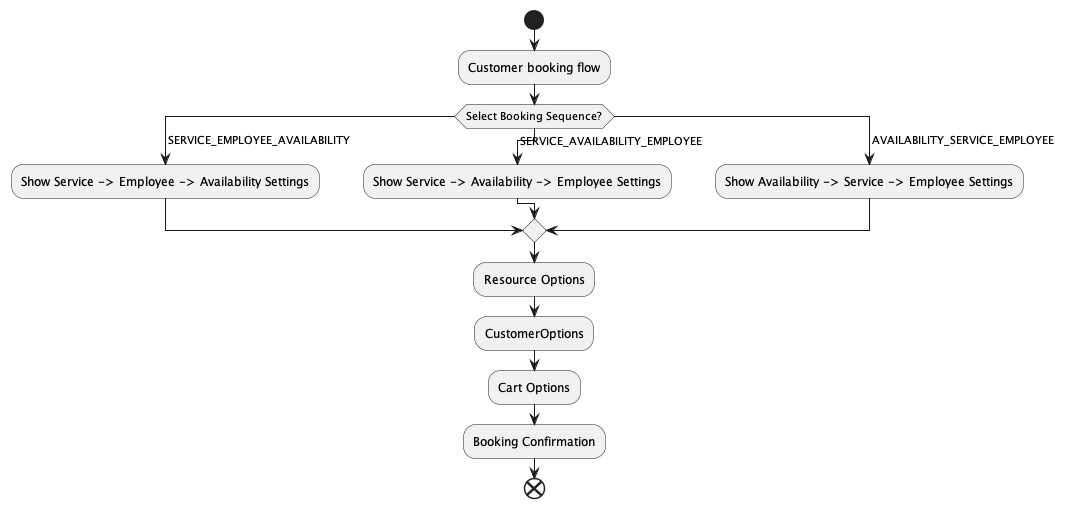
Above: out/customerBookingFlowSetting/customerBookingFlowSetting.png in nakul-sharma-at-appointy/customer-booking-flow-diagrams (PlantUML), before the change.
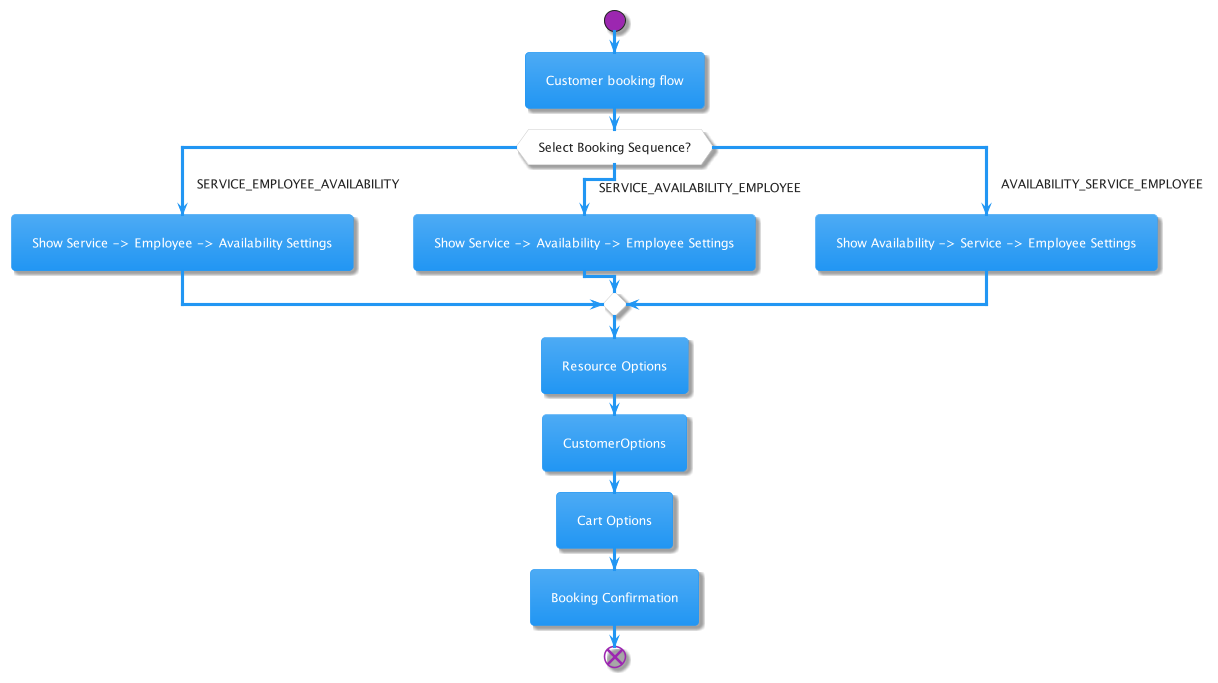
Later version of the same file.

Commit message:
chore: exported booking flow diagram

What changed in the source:
```diff
@@ -1,4 +1,6 @@
 @startuml customerBookingFlowSetting
+!include https://raw.githubusercontent.com/bschwarz/puml-themes/master/themes/materia/puml-theme-materia.puml
+
 
 start
 
```
